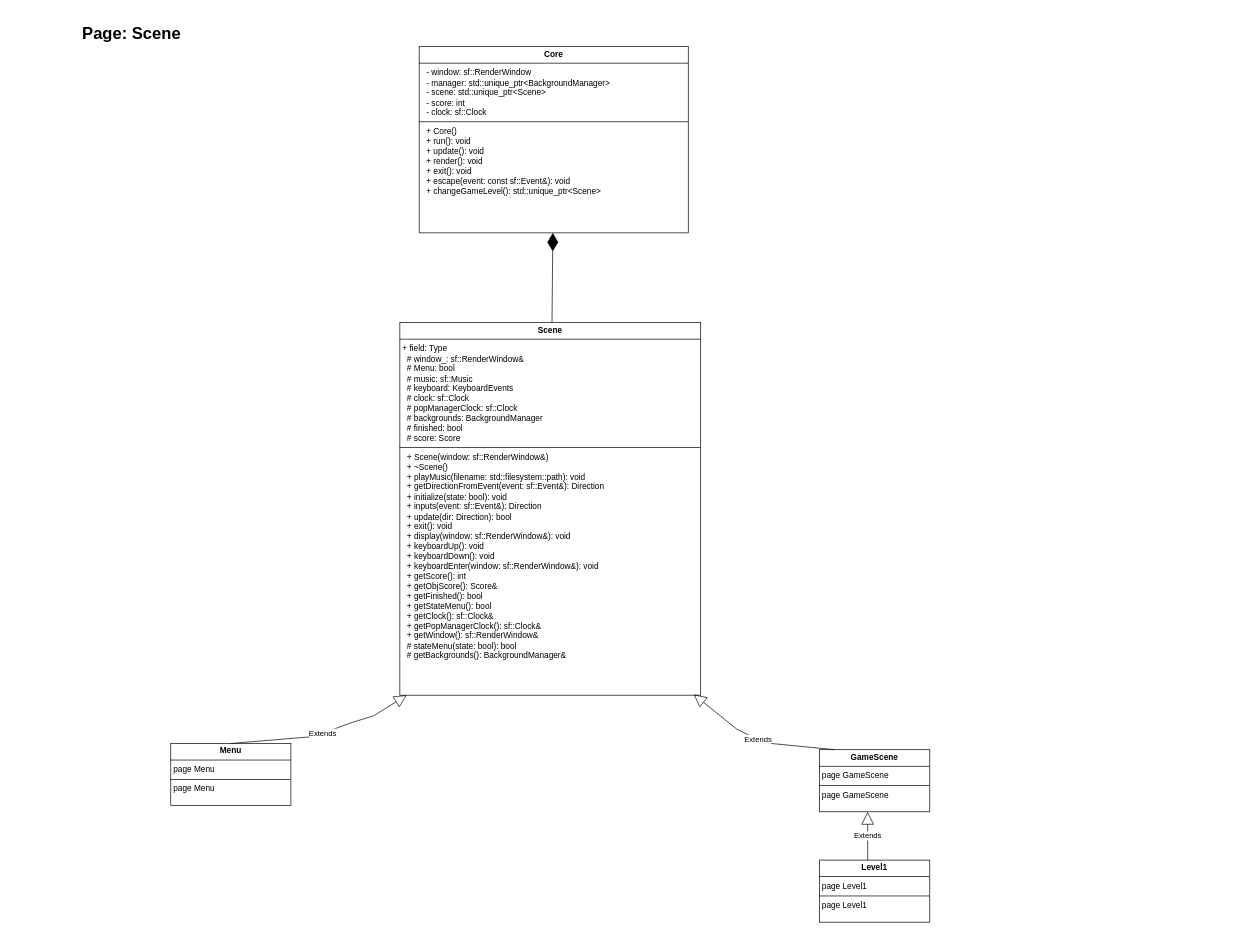
Earlier version of the draw.io diagram page "Scene" (1 of 5) of Diagramme sans nom.drawio (Bird120/FlightToHFT). Source tidied: cells renumbered, new cells numbered last; positions are measured from the earlier drawing's top-left corner, leaving out a move shared by most shapes. Both pictures are drawn from the tidied source at 69%, with x=0, y=0 at pixel (81, 19).
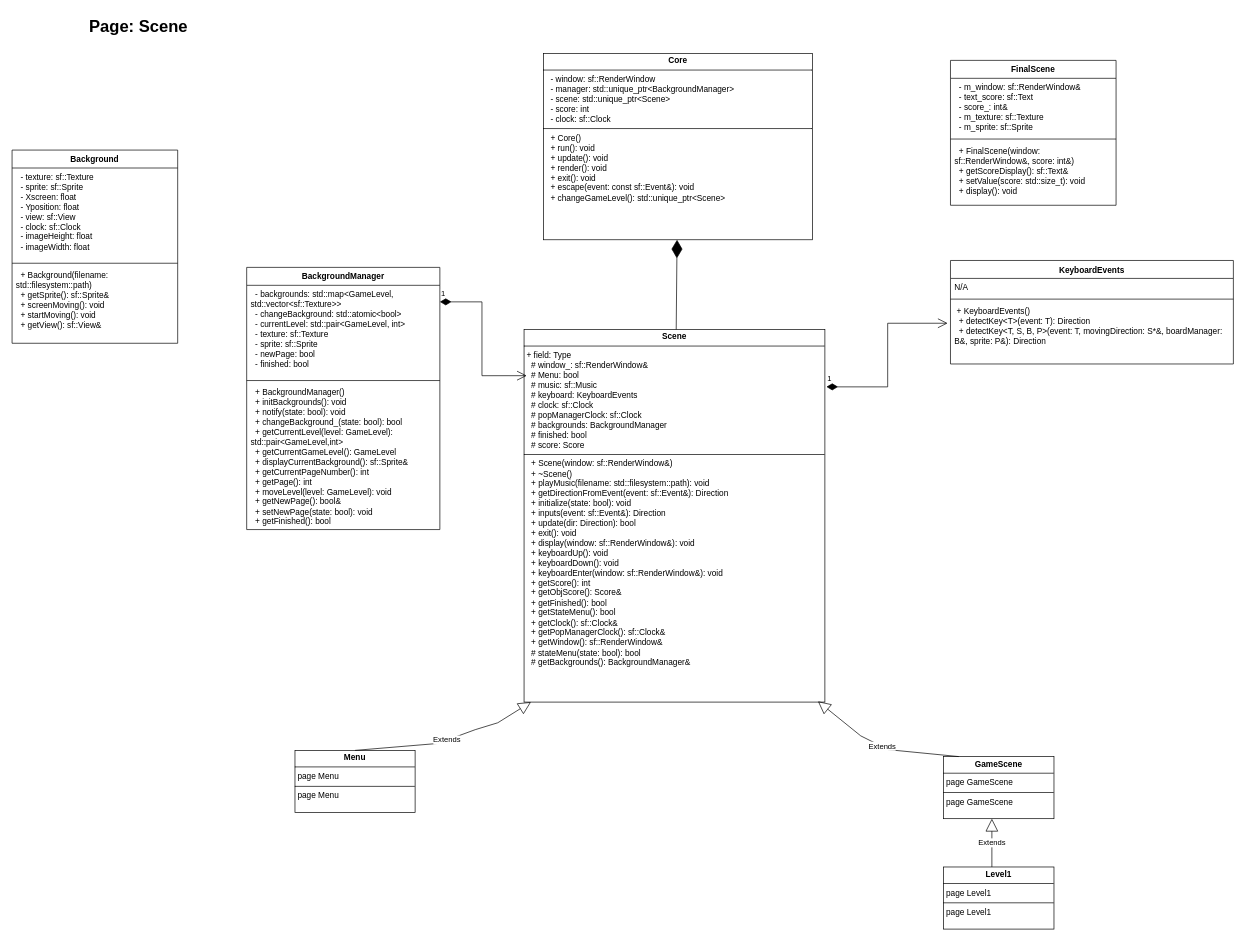
Above is the later version.

Change to the diagram source:
```diff
@@
-    <mxCell id="2" style="group;" parent="1" vertex="1">
-      <mxGeometry x="130" y="40" width="1100" height="1269" as="geometry" />
-    </mxCell>
+    <mxCell id="13" style="group;" parent="1" vertex="1">
+      <mxGeometry x="-100" y="-10" width="1770" height="1329" as="geometry" />
+    </mxCell>
+    <mxCell id="14" value="Background" style="swimlane;fontStyle=1;align=center;verticalAlign=top;horizontal=1;startSize=26;whiteSpace=wrap;html=1;" parent="13" vertex="1">
+      <mxGeometry y="200" width="240" height="280" as="geometry" />
+    </mxCell>
+    <mxCell id="15" value="&amp;nbsp; - texture: sf::Texture&lt;br&gt;&amp;nbsp; - sprite: sf::Sprite&lt;br&gt;&amp;nbsp; - Xscreen: float&lt;br&gt;&amp;nbsp; - Yposition: float&lt;br&gt;&amp;nbsp; - view: sf::View&lt;br&gt;&amp;nbsp; - clock: sf::Clock&lt;br&gt;&amp;nbsp; - imageHeight: float&lt;br&gt;&amp;nbsp; - imageWidth: float" style="text;strokeColor=none;fillColor=none;align=left;verticalAlign=top;spacingLeft=4;spacingRight=4;overflow=hidden;whiteSpace=wrap;html=1;" parent="14" vertex="1">
+      <mxGeometry y="26" width="240" height="134" as="geometry" />
+    </mxCell>
+    <mxCell id="16" style="line;strokeWidth=1;fillColor=none;align=left;verticalAlign=middle;spacingTop=-1;spacingLeft=3;spacingRight=3;labelPosition=right;strokeColor=inherit;" parent="14" vertex="1">
+      <mxGeometry y="160" width="240" height="8" as="geometry" />
+    </mxCell>
+    <mxCell id="17" value="&amp;nbsp; + Background(filename: std::filesystem::path)&lt;br&gt;&amp;nbsp; + getSprite(): sf::Sprite&amp;amp;&lt;br&gt;&amp;nbsp; + screenMoving(): void&lt;br&gt;&amp;nbsp; + startMoving(): void&lt;br&gt;&amp;nbsp; + getView(): sf::View&amp;amp;" style="text;strokeColor=none;fillColor=none;align=left;verticalAlign=top;spacingLeft=4;spacingRight=4;overflow=hidden;whiteSpace=wrap;html=1;" parent="14" vertex="1">
+      <mxGeometry y="168" width="240" height="112" as="geometry" />
+    </mxCell>
+    <mxCell id="12" value="&lt;b&gt;&lt;font style=&quot;font-size: 24px;&quot;&gt;Page: Scene&lt;/font&gt;&lt;/b&gt;" style="text;whiteSpace=wrap;html=1;" parent="13" vertex="1">
+      <mxGeometry x="110" width="160" height="40" as="geometry" />
+    </mxCell>
-    <mxCell id="3" value="&lt;p style=&quot;margin:0px;margin-top:4px;text-align:center;&quot;&gt;&lt;b&gt;Core&lt;/b&gt;&lt;/p&gt;&lt;hr size=&quot;1&quot; style=&quot;border-style:solid;&quot;&gt;&lt;p style=&quot;margin:0px;margin-left:4px;&quot;&gt;&amp;nbsp; - window: sf::RenderWindow&lt;br&gt;&amp;nbsp; - manager: std::unique_ptr&amp;lt;BackgroundManager&amp;gt;&lt;br&gt;&amp;nbsp; - scene: std::unique_ptr&amp;lt;Scene&amp;gt;&lt;br&gt;&amp;nbsp; - score: int&lt;br&gt;&amp;nbsp; - clock: sf::Clock&lt;/p&gt;&lt;hr size=&quot;1&quot; style=&quot;border-style:solid;&quot;&gt;&lt;p style=&quot;margin:0px;margin-left:4px;&quot;&gt;&amp;nbsp; + Core()&lt;br&gt;&amp;nbsp; + run(): void&lt;br&gt;&amp;nbsp; + update(): void&lt;br&gt;&amp;nbsp; + render(): void&lt;br&gt;&amp;nbsp; + exit(): void&lt;br&gt;&amp;nbsp; + escape(event: const sf::Event&amp;amp;): void&lt;br&gt;&amp;nbsp; + changeGameLevel(): std::unique_ptr&amp;lt;Scene&amp;gt;&lt;/p&gt;" style="verticalAlign=top;align=left;overflow=fill;html=1;whiteSpace=wrap;" parent="2" vertex="1">
-      <mxGeometry x="360" width="390" height="270" as="geometry" />
+    <mxCell id="3" value="&lt;p style=&quot;margin:0px;margin-top:4px;text-align:center;&quot;&gt;&lt;b&gt;Core&lt;/b&gt;&lt;/p&gt;&lt;hr size=&quot;1&quot; style=&quot;border-style:solid;&quot;&gt;&lt;p style=&quot;margin:0px;margin-left:4px;&quot;&gt;&amp;nbsp; - window: sf::RenderWindow&lt;br&gt;&amp;nbsp; - manager: std::unique_ptr&amp;lt;BackgroundManager&amp;gt;&lt;br&gt;&amp;nbsp; - scene: std::unique_ptr&amp;lt;Scene&amp;gt;&lt;br&gt;&amp;nbsp; - score: int&lt;br&gt;&amp;nbsp; - clock: sf::Clock&lt;/p&gt;&lt;hr size=&quot;1&quot; style=&quot;border-style:solid;&quot;&gt;&lt;p style=&quot;margin:0px;margin-left:4px;&quot;&gt;&amp;nbsp; + Core()&lt;br&gt;&amp;nbsp; + run(): void&lt;br&gt;&amp;nbsp; + update(): void&lt;br&gt;&amp;nbsp; + render(): void&lt;br&gt;&amp;nbsp; + exit(): void&lt;br&gt;&amp;nbsp; + escape(event: const sf::Event&amp;amp;): void&lt;br&gt;&amp;nbsp; + changeGameLevel(): std::unique_ptr&amp;lt;Scene&amp;gt;&lt;/p&gt;" style="verticalAlign=top;align=left;overflow=fill;html=1;whiteSpace=wrap;" parent="13" vertex="1">
+      <mxGeometry x="770" y="60" width="390" height="270" as="geometry" />
     </mxCell>
-    <mxCell id="4" value="&lt;p style=&quot;margin:0px;margin-top:4px;text-align:center;&quot;&gt;&lt;b&gt;Scene&lt;/b&gt;&lt;/p&gt;&lt;hr size=&quot;1&quot; style=&quot;border-style:solid;&quot;&gt;&lt;p style=&quot;margin:0px;margin-left:4px;&quot;&gt;+ field: Type&lt;/p&gt;&lt;p style=&quot;margin:0px;margin-left:4px;&quot;&gt;&amp;nbsp; # window_: sf::RenderWindow&amp;amp;&lt;br&gt;&amp;nbsp; # Menu: bool&lt;br&gt;&amp;nbsp; # music: sf::Music&lt;br&gt;&amp;nbsp; # keyboard: KeyboardEvents&lt;br&gt;&amp;nbsp; # clock: sf::Clock&lt;br&gt;&amp;nbsp; # popManagerClock: sf::Clock&lt;br&gt;&amp;nbsp; # backgrounds: BackgroundManager&lt;br&gt;&amp;nbsp; # finished: bool&lt;br&gt;&amp;nbsp; # score: Score&lt;/p&gt;&lt;hr size=&quot;1&quot; style=&quot;border-style:solid;&quot;&gt;&lt;p style=&quot;margin:0px;margin-left:4px;&quot;&gt;&amp;nbsp; + Scene(window: sf::RenderWindow&amp;amp;)&lt;br&gt;&amp;nbsp; + ~Scene()&lt;br&gt;&amp;nbsp; + playMusic(filename: std::filesystem::path): void&lt;br&gt;&amp;nbsp; + getDirectionFromEvent(event: sf::Event&amp;amp;): Direction&lt;br&gt;&amp;nbsp; + initialize(state: bool): void&lt;br&gt;&amp;nbsp; + inputs(event: sf::Event&amp;amp;): Direction&lt;br&gt;&amp;nbsp; + update(dir: Direction): bool&lt;br&gt;&amp;nbsp; + exit(): void&lt;br&gt;&amp;nbsp; + display(window: sf::RenderWindow&amp;amp;): void&lt;br&gt;&amp;nbsp; + keyboardUp(): void&lt;br&gt;&amp;nbsp; + keyboardDown(): void&lt;br&gt;&amp;nbsp; + keyboardEnter(window: sf::RenderWindow&amp;amp;): void&lt;br&gt;&amp;nbsp; + getScore(): int&lt;br&gt;&amp;nbsp; + getObjScore(): Score&amp;amp;&lt;br&gt;&amp;nbsp; + getFinished(): bool&lt;br&gt;&amp;nbsp; + getStateMenu(): bool&lt;br&gt;&amp;nbsp; + getClock(): sf::Clock&amp;amp;&lt;br&gt;&amp;nbsp; + getPopManagerClock(): sf::Clock&amp;amp;&lt;br&gt;&amp;nbsp; + getWindow(): sf::RenderWindow&amp;amp;&lt;/p&gt;&lt;p style=&quot;margin:0px;margin-left:4px;&quot;&gt;&amp;nbsp; # stateMenu(state: bool): bool&lt;br&gt;&amp;nbsp; # getBackgrounds(): BackgroundManager&amp;amp;&lt;/p&gt;" style="verticalAlign=top;align=left;overflow=fill;html=1;whiteSpace=wrap;" parent="2" vertex="1">
-      <mxGeometry x="332" y="400" width="436" height="540" as="geometry" />
+    <mxCell id="4" value="&lt;p style=&quot;margin:0px;margin-top:4px;text-align:center;&quot;&gt;&lt;b&gt;Scene&lt;/b&gt;&lt;/p&gt;&lt;hr size=&quot;1&quot; style=&quot;border-style:solid;&quot;&gt;&lt;p style=&quot;margin:0px;margin-left:4px;&quot;&gt;+ field: Type&lt;/p&gt;&lt;p style=&quot;margin:0px;margin-left:4px;&quot;&gt;&amp;nbsp; # window_: sf::RenderWindow&amp;amp;&lt;br&gt;&amp;nbsp; # Menu: bool&lt;br&gt;&amp;nbsp; # music: sf::Music&lt;br&gt;&amp;nbsp; # keyboard: KeyboardEvents&lt;br&gt;&amp;nbsp; # clock: sf::Clock&lt;br&gt;&amp;nbsp; # popManagerClock: sf::Clock&lt;br&gt;&amp;nbsp; # backgrounds: BackgroundManager&lt;br&gt;&amp;nbsp; # finished: bool&lt;br&gt;&amp;nbsp; # score: Score&lt;/p&gt;&lt;hr size=&quot;1&quot; style=&quot;border-style:solid;&quot;&gt;&lt;p style=&quot;margin:0px;margin-left:4px;&quot;&gt;&amp;nbsp; + Scene(window: sf::RenderWindow&amp;amp;)&lt;br&gt;&amp;nbsp; + ~Scene()&lt;br&gt;&amp;nbsp; + playMusic(filename: std::filesystem::path): void&lt;br&gt;&amp;nbsp; + getDirectionFromEvent(event: sf::Event&amp;amp;): Direction&lt;br&gt;&amp;nbsp; + initialize(state: bool): void&lt;br&gt;&amp;nbsp; + inputs(event: sf::Event&amp;amp;): Direction&lt;br&gt;&amp;nbsp; + update(dir: Direction): bool&lt;br&gt;&amp;nbsp; + exit(): void&lt;br&gt;&amp;nbsp; + display(window: sf::RenderWindow&amp;amp;): void&lt;br&gt;&amp;nbsp; + keyboardUp(): void&lt;br&gt;&amp;nbsp; + keyboardDown(): void&lt;br&gt;&amp;nbsp; + keyboardEnter(window: sf::RenderWindow&amp;amp;): void&lt;br&gt;&amp;nbsp; + getScore(): int&lt;br&gt;&amp;nbsp; + getObjScore(): Score&amp;amp;&lt;br&gt;&amp;nbsp; + getFinished(): bool&lt;br&gt;&amp;nbsp; + getStateMenu(): bool&lt;br&gt;&amp;nbsp; + getClock(): sf::Clock&amp;amp;&lt;br&gt;&amp;nbsp; + getPopManagerClock(): sf::Clock&amp;amp;&lt;br&gt;&amp;nbsp; + getWindow(): sf::RenderWindow&amp;amp;&lt;/p&gt;&lt;p style=&quot;margin:0px;margin-left:4px;&quot;&gt;&amp;nbsp; # stateMenu(state: bool): bool&lt;br&gt;&amp;nbsp; # getBackgrounds(): BackgroundManager&amp;amp;&lt;/p&gt;" style="verticalAlign=top;align=left;overflow=fill;html=1;whiteSpace=wrap;" parent="13" vertex="1">
+      <mxGeometry x="742" y="460" width="436" height="540" as="geometry" />
     </mxCell>
-    <mxCell id="5" style="endArrow=diamondThin;endFill=1;endSize=24;html=1;rounded=0;" parent="2" edge="1" source="4" target="3">
+    <mxCell id="5" style="endArrow=diamondThin;endFill=1;endSize=24;html=1;rounded=0;" parent="13" edge="1" source="4" target="3">
       <mxGeometry relative="1" as="geometry" />
     </mxCell>
-    <mxCell id="6" value="&lt;p style=&quot;margin:0px;margin-top:4px;text-align:center;&quot;&gt;&lt;b&gt;Menu&lt;/b&gt;&lt;/p&gt;&lt;hr size=&quot;1&quot; style=&quot;border-style:solid;&quot;&gt;&lt;p style=&quot;margin:0px;margin-left:4px;&quot;&gt;page Menu&lt;/p&gt;&lt;hr size=&quot;1&quot; style=&quot;border-style:solid;&quot;&gt;&lt;p style=&quot;margin:0px;margin-left:4px;&quot;&gt;page Menu&lt;/p&gt;" style="verticalAlign=top;align=left;overflow=fill;html=1;whiteSpace=wrap;" parent="2" vertex="1">
-      <mxGeometry y="1010" width="174.1" height="90" as="geometry" />
+    <mxCell id="6" value="&lt;p style=&quot;margin:0px;margin-top:4px;text-align:center;&quot;&gt;&lt;b&gt;Menu&lt;/b&gt;&lt;/p&gt;&lt;hr size=&quot;1&quot; style=&quot;border-style:solid;&quot;&gt;&lt;p style=&quot;margin:0px;margin-left:4px;&quot;&gt;page Menu&lt;/p&gt;&lt;hr size=&quot;1&quot; style=&quot;border-style:solid;&quot;&gt;&lt;p style=&quot;margin:0px;margin-left:4px;&quot;&gt;page Menu&lt;/p&gt;" style="verticalAlign=top;align=left;overflow=fill;html=1;whiteSpace=wrap;" parent="13" vertex="1">
+      <mxGeometry x="410" y="1070" width="174.1" height="90" as="geometry" />
     </mxCell>
-    <mxCell id="7" value="Extends" style="endArrow=block;endSize=16;endFill=0;html=1;rounded=0;exitX=0.5;exitY=0;exitDx=0;exitDy=0;entryX=0.023;entryY=1;entryDx=0;entryDy=0;entryPerimeter=0;" parent="2" edge="1" target="4">
+    <mxCell id="7" value="Extends" style="endArrow=block;endSize=16;endFill=0;html=1;rounded=0;exitX=0.5;exitY=0;exitDx=0;exitDy=0;entryX=0.023;entryY=1;entryDx=0;entryDy=0;entryPerimeter=0;" parent="13" edge="1" target="4">
       <mxGeometry relative="1" as="geometry">
-        <mxPoint x="87.1" y="1010" as="sourcePoint" />
+        <mxPoint x="497.1" y="1070" as="sourcePoint" />
         <Array as="points">
-          <mxPoint x="206.8" y="1000" />
-          <mxPoint x="261.2" y="980" />
-          <mxPoint x="293.9" y="970" />
+          <mxPoint x="616.8" y="1060" />
+          <mxPoint x="671.2" y="1040" />
+          <mxPoint x="703.9" y="1030" />
         </Array>
       </mxGeometry>
     </mxCell>
-    <mxCell id="8" value="&lt;p style=&quot;margin:0px;margin-top:4px;text-align:center;&quot;&gt;&lt;b&gt;GameScene&lt;/b&gt;&lt;/p&gt;&lt;hr size=&quot;1&quot; style=&quot;border-style:solid;&quot;&gt;&lt;p style=&quot;margin:0px;margin-left:4px;&quot;&gt;page GameScene&lt;/p&gt;&lt;hr size=&quot;1&quot; style=&quot;border-style:solid;&quot;&gt;&lt;p style=&quot;margin:0px;margin-left:4px;&quot;&gt;page GameScene&lt;/p&gt;" style="verticalAlign=top;align=left;overflow=fill;html=1;whiteSpace=wrap;" parent="2" vertex="1">
-      <mxGeometry x="940" y="1019" width="160" height="90" as="geometry" />
+    <mxCell id="8" value="&lt;p style=&quot;margin:0px;margin-top:4px;text-align:center;&quot;&gt;&lt;b&gt;GameScene&lt;/b&gt;&lt;/p&gt;&lt;hr size=&quot;1&quot; style=&quot;border-style:solid;&quot;&gt;&lt;p style=&quot;margin:0px;margin-left:4px;&quot;&gt;page GameScene&lt;/p&gt;&lt;hr size=&quot;1&quot; style=&quot;border-style:solid;&quot;&gt;&lt;p style=&quot;margin:0px;margin-left:4px;&quot;&gt;page GameScene&lt;/p&gt;" style="verticalAlign=top;align=left;overflow=fill;html=1;whiteSpace=wrap;" parent="13" vertex="1">
+      <mxGeometry x="1350" y="1079" width="160" height="90" as="geometry" />
     </mxCell>
-    <mxCell id="9" value="&lt;p style=&quot;margin:0px;margin-top:4px;text-align:center;&quot;&gt;&lt;b&gt;Level1&lt;/b&gt;&lt;/p&gt;&lt;hr size=&quot;1&quot; style=&quot;border-style:solid;&quot;&gt;&lt;p style=&quot;margin:0px;margin-left:4px;&quot;&gt;page Level1&lt;span style=&quot;white-space: pre;&quot;&gt;&#9;&lt;/span&gt;&lt;span style=&quot;white-space: pre;&quot;&gt;&#9;&lt;/span&gt;&lt;/p&gt;&lt;hr size=&quot;1&quot; style=&quot;border-style:solid;&quot;&gt;&lt;p style=&quot;margin:0px;margin-left:4px;&quot;&gt;page Level1&lt;/p&gt;" style="verticalAlign=top;align=left;overflow=fill;html=1;whiteSpace=wrap;" parent="2" vertex="1">
-      <mxGeometry x="940" y="1179" width="160" height="90" as="geometry" />
+    <mxCell id="9" value="&lt;p style=&quot;margin:0px;margin-top:4px;text-align:center;&quot;&gt;&lt;b&gt;Level1&lt;/b&gt;&lt;/p&gt;&lt;hr size=&quot;1&quot; style=&quot;border-style:solid;&quot;&gt;&lt;p style=&quot;margin:0px;margin-left:4px;&quot;&gt;page Level1&lt;span style=&quot;white-space: pre;&quot;&gt;&#9;&lt;/span&gt;&lt;span style=&quot;white-space: pre;&quot;&gt;&#9;&lt;/span&gt;&lt;/p&gt;&lt;hr size=&quot;1&quot; style=&quot;border-style:solid;&quot;&gt;&lt;p style=&quot;margin:0px;margin-left:4px;&quot;&gt;page Level1&lt;/p&gt;" style="verticalAlign=top;align=left;overflow=fill;html=1;whiteSpace=wrap;" parent="13" vertex="1">
+      <mxGeometry x="1350" y="1239" width="160" height="90" as="geometry" />
     </mxCell>
-    <mxCell id="10" value="Extends" style="endArrow=block;endSize=16;endFill=0;html=1;rounded=0;exitX=0.45;exitY=-0.011;exitDx=0;exitDy=0;exitPerimeter=0;entryX=0.977;entryY=0.998;entryDx=0;entryDy=0;entryPerimeter=0;" parent="2" edge="1" target="4">
+    <mxCell id="10" value="Extends" style="endArrow=block;endSize=16;endFill=0;html=1;rounded=0;exitX=0.45;exitY=-0.011;exitDx=0;exitDy=0;exitPerimeter=0;entryX=0.977;entryY=0.998;entryDx=0;entryDy=0;entryPerimeter=0;" parent="13" edge="1" target="4">
       <mxGeometry relative="1" as="geometry">
-        <mxPoint x="962" y="1019" as="sourcePoint" />
+        <mxPoint x="1372" y="1079" as="sourcePoint" />
         <Array as="points">
-          <mxPoint x="860" y="1009" />
-          <mxPoint x="820" y="989" />
+          <mxPoint x="1270" y="1069" />
+          <mxPoint x="1230" y="1049" />
         </Array>
       </mxGeometry>
     </mxCell>
-    <mxCell id="11" value="Extends" style="endArrow=block;endSize=16;endFill=0;html=1;rounded=0;" parent="2" edge="1">
+    <mxCell id="11" value="Extends" style="endArrow=block;endSize=16;endFill=0;html=1;rounded=0;" parent="13" edge="1">
       <mxGeometry relative="1" as="geometry">
-        <mxPoint x="1010" y="1179" as="sourcePoint" />
-        <mxPoint x="1010" y="1109" as="targetPoint" />
+        <mxPoint x="1420" y="1239" as="sourcePoint" />
+        <mxPoint x="1420" y="1169" as="targetPoint" />
       </mxGeometry>
     </mxCell>
-    <mxCell id="12" value="&lt;b&gt;&lt;font style=&quot;font-size: 24px;&quot;&gt;Page: Scene&lt;/font&gt;&lt;/b&gt;" style="text;whiteSpace=wrap;html=1;" parent="1" vertex="1">
-      <mxGeometry width="160" height="40" as="geometry" />
-    </mxCell>
+    <mxCell id="18" value="FinalScene" style="swimlane;fontStyle=1;align=center;verticalAlign=top;horizontal=1;startSize=26;whiteSpace=wrap;html=1;" parent="13" vertex="1">
+      <mxGeometry x="1360" y="70" width="240" height="210" as="geometry" />
+    </mxCell>
+    <mxCell id="19" value="&amp;nbsp; - m_window: sf::RenderWindow&amp;amp;&lt;br&gt;&amp;nbsp; - text_score: sf::Text&lt;br&gt;&amp;nbsp; - score_: int&amp;amp;&lt;br&gt;&amp;nbsp; - m_texture: sf::Texture&lt;br&gt;&amp;nbsp; - m_sprite: sf::Sprite" style="text;strokeColor=none;fillColor=none;align=left;verticalAlign=top;spacingLeft=4;spacingRight=4;overflow=hidden;whiteSpace=wrap;html=1;" parent="18" vertex="1">
+      <mxGeometry y="26" width="240" height="84" as="geometry" />
+    </mxCell>
+    <mxCell id="20" style="line;strokeWidth=1;fillColor=none;align=left;verticalAlign=middle;spacingTop=-1;spacingLeft=3;spacingRight=3;labelPosition=right;strokeColor=inherit;" parent="18" vertex="1">
+      <mxGeometry y="110" width="240" height="8" as="geometry" />
+    </mxCell>
+    <mxCell id="21" value="&amp;nbsp; + FinalScene(window: sf::RenderWindow&amp;amp;, score: int&amp;amp;)&lt;br&gt;&amp;nbsp; + getScoreDisplay(): sf::Text&amp;amp;&lt;br&gt;&amp;nbsp; + setValue(score: std::size_t): void&lt;br&gt;&amp;nbsp; + display(): void" style="text;strokeColor=none;fillColor=none;align=left;verticalAlign=top;spacingLeft=4;spacingRight=4;overflow=hidden;whiteSpace=wrap;html=1;" parent="18" vertex="1">
+      <mxGeometry y="118" width="240" height="92" as="geometry" />
+    </mxCell>
+    <mxCell id="22" value="KeyboardEvents" style="swimlane;fontStyle=1;align=center;verticalAlign=top;horizontal=1;startSize=26;whiteSpace=wrap;html=1;" parent="13" vertex="1">
+      <mxGeometry x="1360" y="360" width="410" height="150" as="geometry" />
+    </mxCell>
+    <mxCell id="23" value="N/A" style="text;strokeColor=none;fillColor=none;align=left;verticalAlign=top;spacingLeft=4;spacingRight=4;overflow=hidden;whiteSpace=wrap;html=1;" parent="22" vertex="1">
+      <mxGeometry y="26" width="410" height="26" as="geometry" />
+    </mxCell>
+    <mxCell id="24" style="line;strokeWidth=1;fillColor=none;align=left;verticalAlign=middle;spacingTop=-1;spacingLeft=3;spacingRight=3;labelPosition=right;strokeColor=inherit;" parent="22" vertex="1">
+      <mxGeometry y="52" width="410" height="8" as="geometry" />
+    </mxCell>
+    <mxCell id="25" value="&amp;nbsp;+ KeyboardEvents()&lt;br&gt;&amp;nbsp; + detectKey&amp;lt;T&amp;gt;(event: T): Direction&lt;br&gt;&amp;nbsp; + detectKey&amp;lt;T, S, B, P&amp;gt;(event: T, movingDirection: S*&amp;amp;, boardManager: B&amp;amp;, sprite: P&amp;amp;): Direction" style="text;strokeColor=none;fillColor=none;align=left;verticalAlign=top;spacingLeft=4;spacingRight=4;overflow=hidden;points=[[0,0.5],[1,0.5]];portConstraint=eastwest;whiteSpace=wrap;html=1;" parent="22" vertex="1">
+      <mxGeometry y="60" width="410" height="90" as="geometry" />
+    </mxCell>
+    <mxCell id="26" value="BackgroundManager" style="swimlane;fontStyle=1;align=center;verticalAlign=top;horizontal=1;startSize=26;whiteSpace=wrap;html=1;" parent="13" vertex="1">
+      <mxGeometry x="340" y="370" width="280" height="380" as="geometry" />
+    </mxCell>
+    <mxCell id="27" value="&amp;nbsp; - backgrounds: std::map&amp;lt;GameLevel, std::vector&amp;lt;sf::Texture&amp;gt;&amp;gt;&lt;br&gt;&amp;nbsp; - changeBackground: std::atomic&amp;lt;bool&amp;gt;&lt;br&gt;&amp;nbsp; - currentLevel: std::pair&amp;lt;GameLevel, int&amp;gt;&lt;br&gt;&amp;nbsp; - texture: sf::Texture&lt;br&gt;&amp;nbsp; - sprite: sf::Sprite&lt;br&gt;&amp;nbsp; - newPage: bool&lt;br&gt;&amp;nbsp; - finished: bool" style="text;strokeColor=none;fillColor=none;align=left;verticalAlign=top;spacingLeft=4;spacingRight=4;overflow=hidden;points=[[0,0.5],[1,0.5]];portConstraint=eastwest;whiteSpace=wrap;html=1;" parent="26" vertex="1">
+      <mxGeometry y="26" width="280" height="134" as="geometry" />
+    </mxCell>
+    <mxCell id="28" style="line;strokeWidth=1;fillColor=none;align=left;verticalAlign=middle;spacingTop=-1;spacingLeft=3;spacingRight=3;labelPosition=right;strokeColor=inherit;" parent="26" vertex="1">
+      <mxGeometry y="160" width="280" height="8" as="geometry" />
+    </mxCell>
+    <mxCell id="29" value="&amp;nbsp; + BackgroundManager()&lt;br&gt;&amp;nbsp; + initBackgrounds(): void&lt;br&gt;&amp;nbsp; + notify(state: bool): void&lt;br&gt;&amp;nbsp; + changeBackground_(state: bool): bool&lt;br&gt;&amp;nbsp; + getCurrentLevel(level: GameLevel): std::pair&amp;lt;GameLevel,int&amp;gt;&lt;br&gt;&amp;nbsp; + getCurrentGameLevel(): GameLevel&lt;br&gt;&amp;nbsp; + displayCurrentBackground(): sf::Sprite&amp;amp;&lt;br&gt;&amp;nbsp; + getCurrentPageNumber(): int&lt;br&gt;&amp;nbsp; + getPage(): int&lt;br&gt;&amp;nbsp; + moveLevel(level: GameLevel): void&lt;br&gt;&amp;nbsp; + getNewPage(): bool&amp;amp;&lt;br&gt;&amp;nbsp; + setNewPage(state: bool): void&lt;br&gt;&amp;nbsp; + getFinished(): bool" style="text;strokeColor=none;fillColor=none;align=left;verticalAlign=top;spacingLeft=4;spacingRight=4;overflow=hidden;whiteSpace=wrap;html=1;" parent="26" vertex="1">
+      <mxGeometry y="168" width="280" height="212" as="geometry" />
+    </mxCell>
+    <mxCell id="30" value="1" style="endArrow=open;html=1;endSize=12;startArrow=diamondThin;startSize=14;startFill=1;edgeStyle=orthogonalEdgeStyle;align=left;verticalAlign=bottom;rounded=0;entryX=0.009;entryY=0.124;entryDx=0;entryDy=0;entryPerimeter=0;exitX=1;exitY=0.179;exitDx=0;exitDy=0;exitPerimeter=0;" parent="13" edge="1" source="27" target="4">
+      <mxGeometry x="-1" y="3" relative="1" as="geometry" />
+    </mxCell>
+    <mxCell id="31" value="1" style="endArrow=open;html=1;endSize=12;startArrow=diamondThin;startSize=14;startFill=1;edgeStyle=orthogonalEdgeStyle;align=left;verticalAlign=bottom;rounded=0;entryX=-0.01;entryY=0.344;entryDx=0;entryDy=0;entryPerimeter=0;exitX=1.005;exitY=0.154;exitDx=0;exitDy=0;exitPerimeter=0;" parent="13" edge="1" source="4" target="25">
+      <mxGeometry x="-1" y="3" relative="1" as="geometry" />
+    </mxCell>
```
